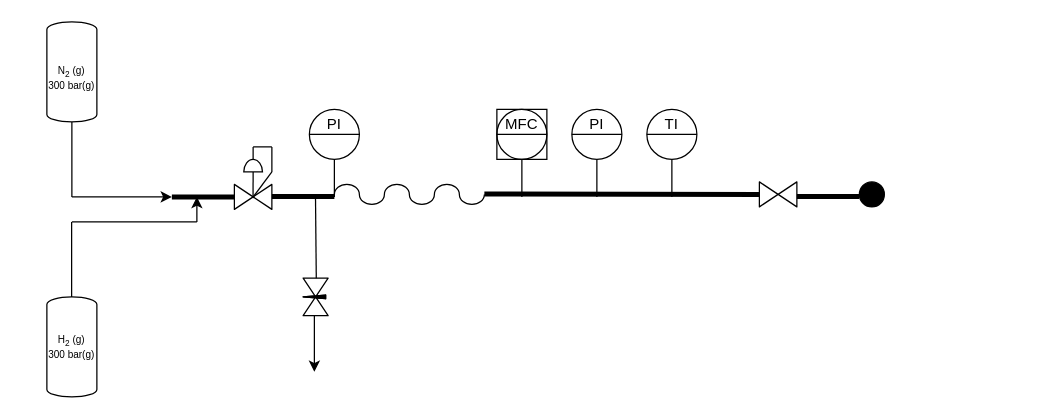
The draw.io diagram Namnlöst diagram.drawio in gatw/draw_io, before the edit. Source tidied: cells renumbered, new cells numbered last; positions are measured from the earlier drawing's top-left corner, leaving out a move shared by most shapes. Both pictures are drawn from the tidied source at 125%, with x=0, y=0 at pixel (21, 21).
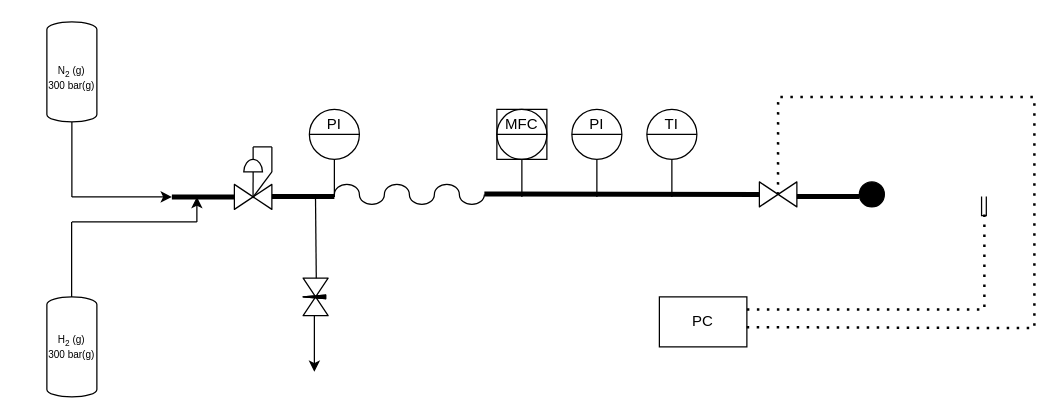
After the change.

Commit message:
completed the drawing

Unchanged cells that the change refers to:
```xml
<mxCell id="27" style="verticalLabelPosition=bottom;align=center;html=1;verticalAlign=top;dashed=0;shape=mxgraph.pid2valves.valve;valveType=gate;" parent="1" vertex="1">
  <mxGeometry x="590" y="128" width="30" height="20" as="geometry" />
</mxCell>
```

The edit, as a diff of the source:
```diff
@@
+    <mxCell id="32" value="PC" style="rounded=0;whiteSpace=wrap;html=1;" parent="1" vertex="1">
+      <mxGeometry x="510" y="220" width="70" height="40" as="geometry" />
+    </mxCell>
+    <mxCell id="33" style="endArrow=none;dashed=1;html=1;dashPattern=1 3;strokeWidth=2;rounded=0;exitX=0.497;exitY=0.51;exitDx=0;exitDy=0;exitPerimeter=0;" parent="1" edge="1" source="27">
+      <mxGeometry relative="1" as="geometry">
+        <mxPoint x="810" y="60" as="targetPoint" />
+        <Array as="points">
+          <mxPoint x="605" y="60" />
+        </Array>
+      </mxGeometry>
+    </mxCell>
+    <mxCell id="34" style="endArrow=none;dashed=1;html=1;dashPattern=1 3;strokeWidth=2;rounded=0;exitX=0.998;exitY=0.605;exitDx=0;exitDy=0;exitPerimeter=0;" parent="1" edge="1" source="32">
+      <mxGeometry relative="1" as="geometry">
+        <mxPoint x="810" y="60" as="targetPoint" />
+        <Array as="points">
+          <mxPoint x="810" y="245" />
+        </Array>
+      </mxGeometry>
+    </mxCell>
+    <mxCell id="35" style="endArrow=none;dashed=1;html=1;dashPattern=1 3;strokeWidth=2;rounded=0;exitX=1;exitY=0.25;exitDx=0;exitDy=0;" parent="1" edge="1" source="32">
+      <mxGeometry relative="1" as="geometry">
+        <mxPoint x="770" y="150" as="targetPoint" />
+        <Array as="points">
+          <mxPoint x="770" y="230" />
+        </Array>
+      </mxGeometry>
+    </mxCell>
+    <mxCell id="36" style="verticalLabelPosition=bottom;shadow=0;dashed=0;align=center;html=1;verticalAlign=top;shape=mxgraph.electrical.miscellaneous.permanent_magnet;rotation=90;" parent="1" vertex="1">
+      <mxGeometry x="762" y="145.5" width="15.3" height="3.8" as="geometry" />
+    </mxCell>
```
